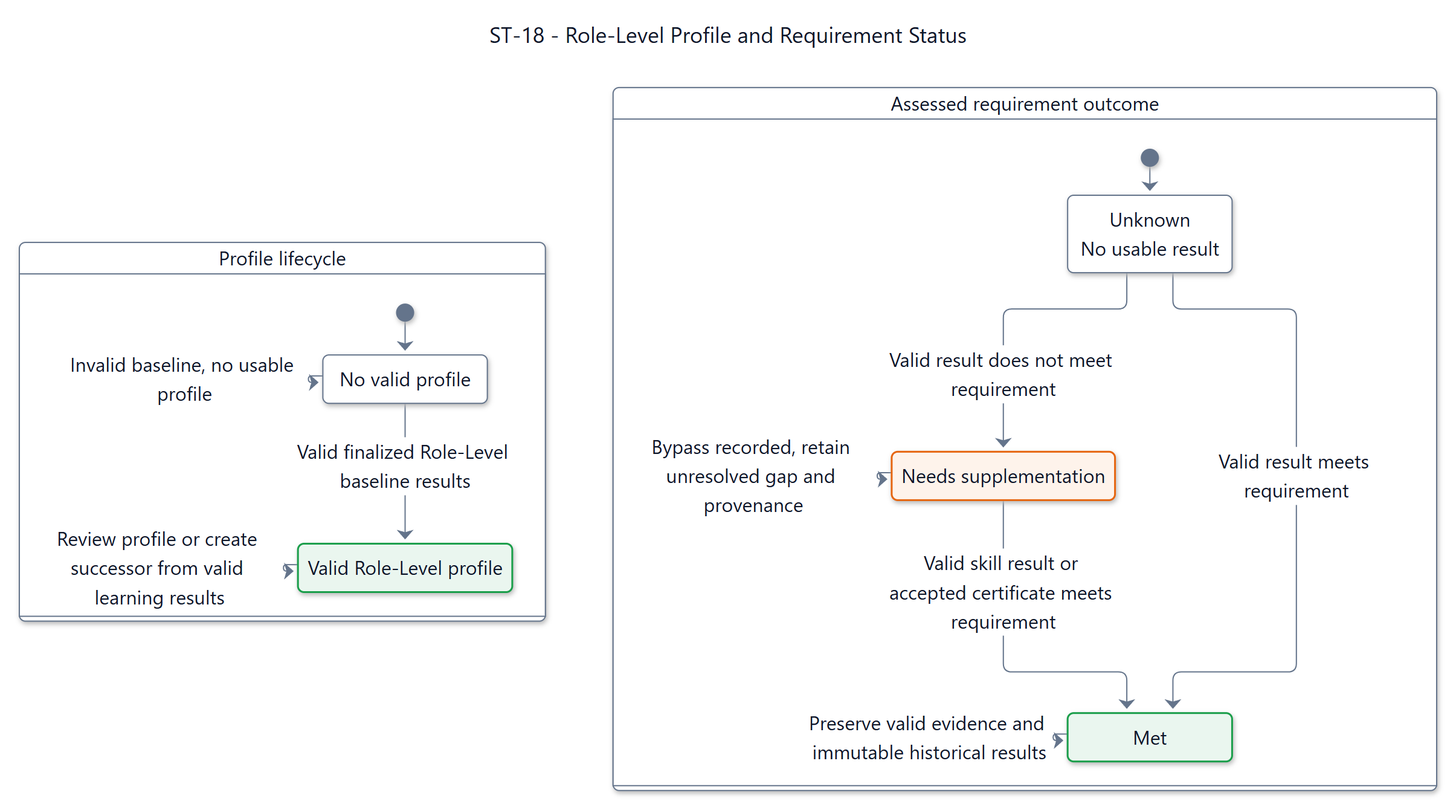
The Mermaid diagram documents/diagrams/mermaid/st-18.png in SEP490-Fall-2026-GFA26SE64/SEP490, before a commit. Its source is kept beside it as documents/diagrams/mermaid/st-18.mmd.
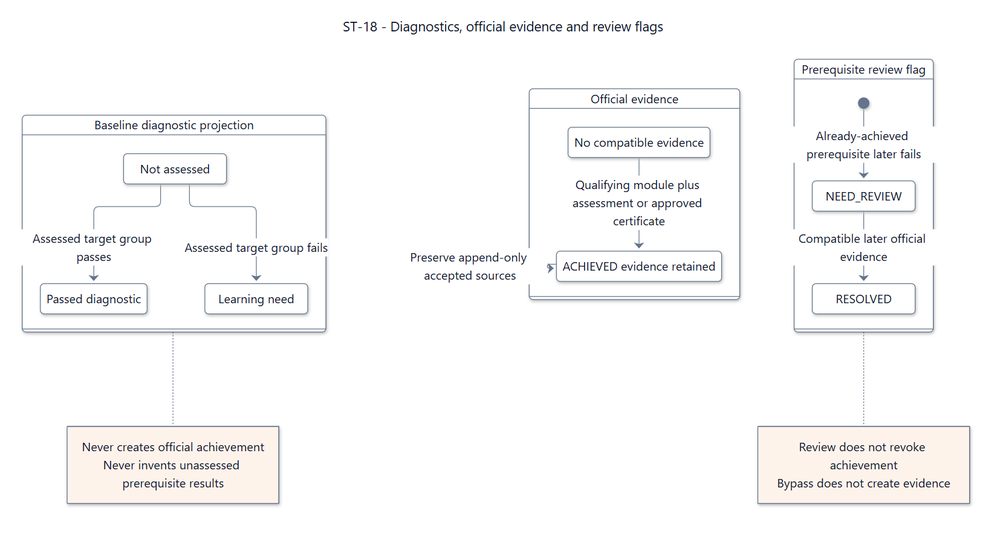
The same diagram one commit later.

Diff of the diagram source:
```diff
@@ -1,30 +1,34 @@
 ---
-title: "ST-18 - Role-Level Profile and Requirement Status"
+title: "ST-18 - Diagnostics, official evidence and review flags"
 config: {"theme":"base","fontFamily":"Segoe UI, Arial, sans-serif","themeVariables":{"fontFamily":"Segoe UI, Arial, sans-serif","fontSize":"16px","primaryColor":"#ffffff","primaryTextColor":"#0f1729","primaryBorderColor":"#64748b","secondaryColor":"#fef3eb","tertiaryColor":"#ffffff","lineColor":"#64748b","textColor":"#0f1729","mainBkg":"#ffffff","background":"#ffffff","clusterBkg":"#ffffff","clusterBorder":"#64748b","edgeLabelBackground":"#ffffff","titleColor":"#0f1729","noteBkgColor":"#fef3eb","noteTextColor":"#0f1729","noteBorderColor":"#e6650f","labelColor":"#0f1729","compositeBackground":"#ffffff","compositeTitleBackground":"#ffffff","compositeBorder":"#64748b","altBackground":"#ffffff","nodeBorder":"#64748b","nodeTextColor":"#0f1729","cScale0":"#ffffff","cScaleLabel0":"#0f1729","cScale1":"#ffffff","cScaleLabel1":"#0f1729","cScale2":"#ffffff","cScaleLabel2":"#0f1729","cScale3":"#ffffff","cScaleLabel3":"#0f1729","cScale4":"#ffffff","cScaleLabel4":"#0f1729","cScale5":"#ffffff","cScaleLabel5":"#0f1729","cScale6":"#ffffff","cScaleLabel6":"#0f1729","cScale7":"#ffffff","cScaleLabel7":"#0f1729","cScale8":"#ffffff","cScaleLabel8":"#0f1729","cScale9":"#ffffff","cScaleLabel9":"#0f1729","cScale10":"#ffffff","cScaleLabel10":"#0f1729","cScale11":"#ffffff","cScaleLabel11":"#0f1729","secondaryBorderColor":"#64748b","tertiaryBorderColor":"#64748b","secondaryTextColor":"#0f1729","tertiaryTextColor":"#0f1729"},"state":{"nodeSpacing":42,"rankSpacing":64,"padding":16,"fontSize":16,"wrappingWidth":250},"look":"neo"}
 ---
+
 stateDiagram-v2
   direction TB
-  state "Profile lifecycle" as Profile {
-    state "No valid profile" as none
-    state "Valid Role-Level profile" as valid
-    [*] --> none
-    none --> none : Invalid baseline, no usable profile
-    none --> valid : Valid finalized Role-Level baseline results
-    valid --> valid : Review profile or create successor from valid learning results
+  state "Baseline diagnostic projection" as Diagnostic {
+    state "Not assessed" as unknown
+    state "Passed diagnostic" as passed
+    state "Learning need" as need
+    unknown --> passed : Assessed target group passes
+    unknown --> need : Assessed target group fails
   }
-  state "Assessed requirement outcome" as Outcome {
-    state "Unknown<br/>No usable result" as unknown
-    state "Met" as met
-    state "Needs supplementation" as needs
-    [*] --> unknown
-    unknown --> met : Valid result meets requirement
-    unknown --> needs : Valid result does not meet requirement
-    needs --> met : Valid skill result or accepted certificate meets requirement
-    needs --> needs : Bypass recorded, retain unresolved gap and provenance
-    met --> met : Preserve valid evidence and immutable historical results
+  state "Official evidence" as Official {
+    state "No compatible evidence" as absent
+    state "ACHIEVED evidence retained" as achieved
+    absent --> achieved : Qualifying module plus assessment or approved certificate
+    achieved --> achieved : Preserve append-only accepted sources
   }
-  classDef accepted fill:#eaf6ef,stroke:#1a9e4a,color:#0f1729,stroke-width:1.5px
-  classDef attention fill:#fdf2f2,stroke:#dc2828,color:#0f1729,stroke-width:1.5px
-  classDef working fill:#fef3eb,stroke:#e6650f,color:#0f1729,stroke-width:1.5px
-  class valid,met accepted
-  class needs working
+  state "Prerequisite review flag" as Review {
+    state "NEED_REVIEW" as flagged
+    state "RESOLVED" as resolved
+    [*] --> flagged : Already-achieved prerequisite later fails
+    flagged --> resolved : Compatible later official evidence
+  }
+  note right of Diagnostic
+    Never creates official achievement
+    Never invents unassessed prerequisite results
+  end note
+  note right of Review
+    Review does not revoke achievement
+    Bypass does not create evidence
+  end note
```
